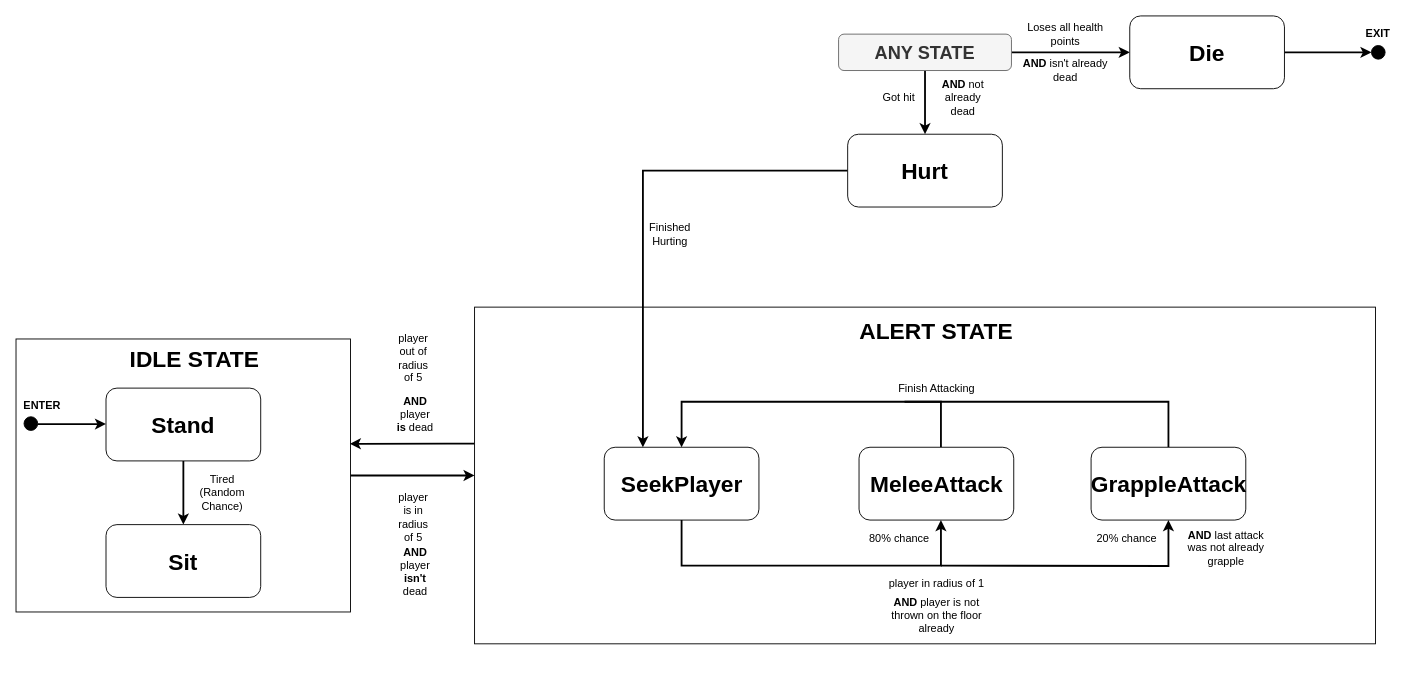
Aster0/GMAI_Project keeps this draw.io diagram as page "Page-3" (2 of 2) of player_fsm.drawio. Above is the earlier version. Source tidied: cells renumbered, new cells numbered last; positions are measured from the earlier drawing's top-left corner, leaving out a move shared by most shapes. Both pictures are drawn from the tidied source at 91%, with x=0, y=0 at pixel (15, 15).
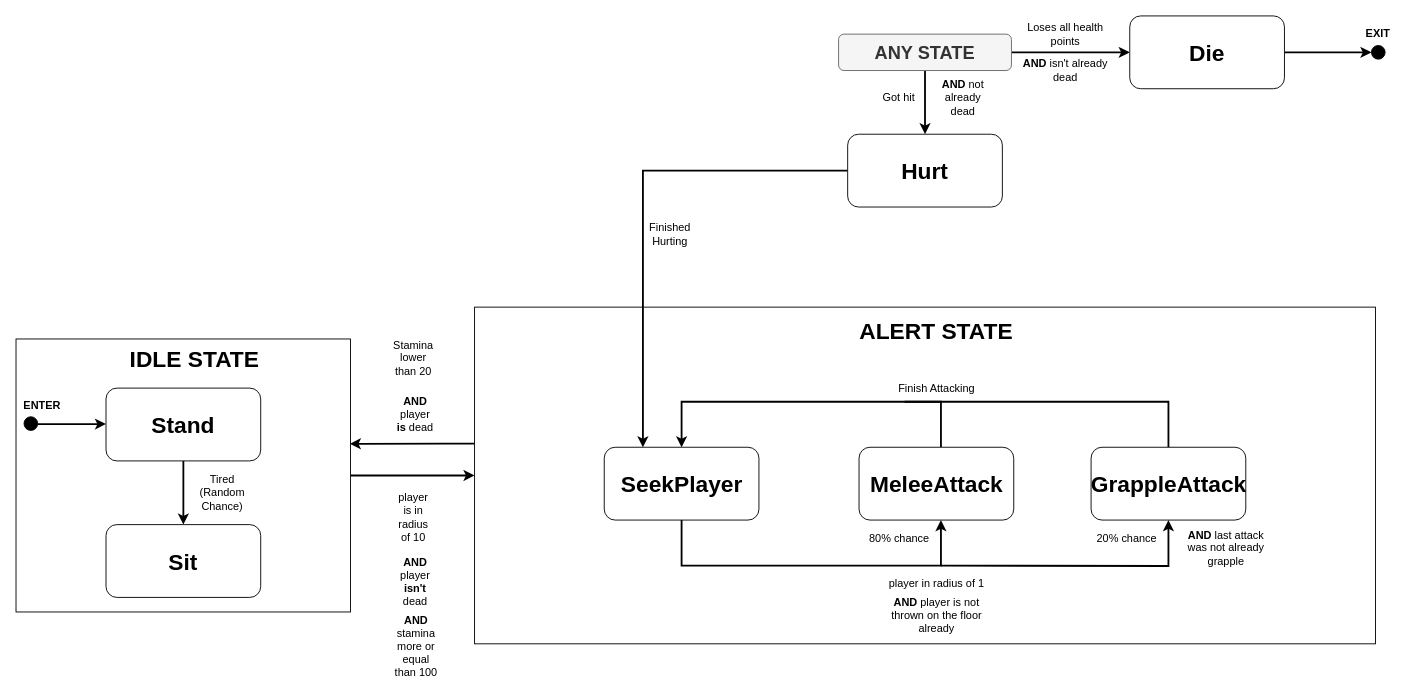
After the change.

What changed in the source:
```diff
@@
-    <mxCell id="18" value="player is in radius of 5" style="text;html=1;strokeColor=none;fillColor=none;align=center;verticalAlign=middle;whiteSpace=wrap;rounded=0;fontSize=12;fontStyle=0;" parent="1" vertex="1">
+    <mxCell id="18" value="player is in radius of 10" style="text;html=1;strokeColor=none;fillColor=none;align=center;verticalAlign=middle;whiteSpace=wrap;rounded=0;fontSize=12;fontStyle=0;" parent="1" vertex="1">
       <mxGeometry x="414" y="520" width="46.1" height="62" as="geometry" />
     </mxCell>
@@
-    <mxCell id="27" value="player out of radius of 5" style="text;html=1;strokeColor=none;fillColor=none;align=center;verticalAlign=middle;whiteSpace=wrap;rounded=0;fontSize=12;fontStyle=0;" parent="1" vertex="1">
+    <mxCell id="27" value="Stamina lower than 20" style="text;html=1;strokeColor=none;fillColor=none;align=center;verticalAlign=middle;whiteSpace=wrap;rounded=0;fontSize=12;fontStyle=0;" parent="1" vertex="1">
       <mxGeometry x="414" y="345" width="46.1" height="62" as="geometry" />
     </mxCell>
@@
     <mxCell id="36" value="&lt;b&gt;AND &lt;/b&gt;player &lt;b&gt;isn't &lt;/b&gt;dead" style="text;html=1;strokeColor=none;fillColor=none;align=center;verticalAlign=middle;whiteSpace=wrap;rounded=0;fontSize=12;fontStyle=0;" parent="1" vertex="1">
-      <mxGeometry x="414" y="582" width="50" height="58" as="geometry" />
+      <mxGeometry x="414" y="593" width="50" height="58" as="geometry" />
     </mxCell>
@@
+    <mxCell id="46" value="&lt;b&gt;AND&lt;/b&gt;&lt;br&gt;stamina more or equal than 100" style="text;html=1;strokeColor=none;fillColor=none;align=center;verticalAlign=middle;whiteSpace=wrap;rounded=0;fontSize=12;fontStyle=0;" parent="1" vertex="1">
+      <mxGeometry x="415" y="664" width="50" height="58" as="geometry" />
+    </mxCell>
```
